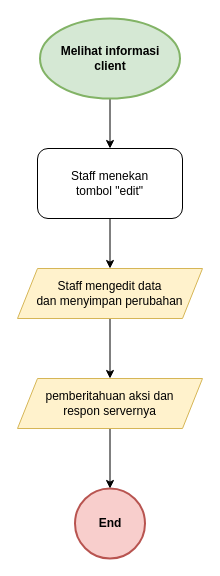
This is diagrams/user_flow/staff_owner_edit_data_client.drawio from SynergyStudioBandung/synergy_studio_docs, a draw.io file, before an edit. Source tidied: cells renumbered, new cells numbered last; positions are measured from the earlier drawing's top-left corner, leaving out a move shared by most shapes. Both pictures are drawn from the tidied source at 100%, with x=0, y=0 at pixel (17, 18).
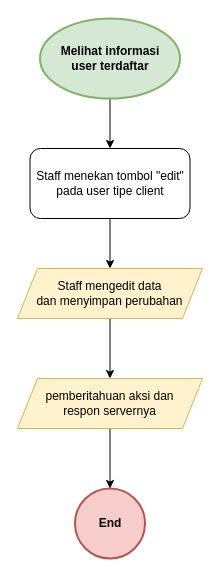
The same diagram, later.

What changed in the source:
```diff
@@
 <mxGraphModel>
   <root>
     <mxCell id="0" />
     <mxCell id="1" parent="0" />
     <mxCell id="2" value="End" style="ellipse;whiteSpace=wrap;html=1;fillColor=#f8cecc;strokeColor=#b85450;fontStyle=1;strokeWidth=2;" parent="1" vertex="1">
       <mxGeometry x="57.5" y="470" width="70" height="70" as="geometry" />
     </mxCell>
     <mxCell id="3" style="edgeStyle=orthogonalEdgeStyle;rounded=0;jettySize=auto;html=1;" parent="1" edge="1" source="4" target="8">
       <mxGeometry relative="1" as="geometry" />
     </mxCell>
     <mxCell id="4" value="Staff mengedit data&lt;br&gt;dan menyimpan perubahan" style="shape=parallelogram;perimeter=parallelogramPerimeter;whiteSpace=wrap;html=1;fixedSize=1;strokeWidth=1;fillColor=#fff2cc;strokeColor=#d6b656;" parent="1" vertex="1">
       <mxGeometry y="250" width="185" height="50" as="geometry" />
     </mxCell>
     <mxCell id="5" style="edgeStyle=orthogonalEdgeStyle;rounded=0;jettySize=auto;html=1;" parent="1" edge="1" source="6" target="4">
       <mxGeometry relative="1" as="geometry" />
     </mxCell>
-    <mxCell id="6" value="Staff menekan&lt;br&gt;tombol &quot;edit&quot;" style="rounded=1;whiteSpace=wrap;html=1;fontSize=12;glass=0;strokeWidth=1;shadow=0;" parent="1" vertex="1">
-      <mxGeometry x="20" y="130" width="145" height="70" as="geometry" />
+    <mxCell id="6" value="Staff menekan tombol &quot;edit&quot; pada user tipe client" style="rounded=1;whiteSpace=wrap;html=1;fontSize=12;glass=0;strokeWidth=1;shadow=0;" parent="1" vertex="1">
+      <mxGeometry x="12.5" y="130" width="160" height="70" as="geometry" />
     </mxCell>
     <mxCell id="7" style="edgeStyle=orthogonalEdgeStyle;rounded=0;jettySize=auto;html=1;" parent="1" edge="1" source="8" target="2">
       <mxGeometry relative="1" as="geometry" />
     </mxCell>
     <mxCell id="8" value="pemberitahuan aksi dan&lt;br&gt;respon servernya" style="shape=parallelogram;perimeter=parallelogramPerimeter;whiteSpace=wrap;html=1;fixedSize=1;strokeWidth=1;fillColor=#fff2cc;strokeColor=#d6b656;" parent="1" vertex="1">
       <mxGeometry y="360" width="185" height="50" as="geometry" />
     </mxCell>
     <mxCell id="9" style="edgeStyle=orthogonalEdgeStyle;rounded=0;jettySize=auto;html=1;" parent="1" edge="1" source="10" target="6">
       <mxGeometry relative="1" as="geometry" />
     </mxCell>
-    <mxCell id="10" value="&lt;b&gt;Melihat informasi&lt;br&gt;client&lt;/b&gt;" style="ellipse;whiteSpace=wrap;html=1;fillColor=#d5e8d4;strokeColor=#82b366;strokeWidth=2;" parent="1" vertex="1">
+    <mxCell id="10" value="&lt;b&gt;Melihat informasi&lt;br&gt;user terdaftar&lt;/b&gt;" style="ellipse;whiteSpace=wrap;html=1;fillColor=#d5e8d4;strokeColor=#82b366;strokeWidth=2;" parent="1" vertex="1">
       <mxGeometry x="22.5" width="140" height="80" as="geometry" />
     </mxCell>
   </root>
 </mxGraphModel>
```
